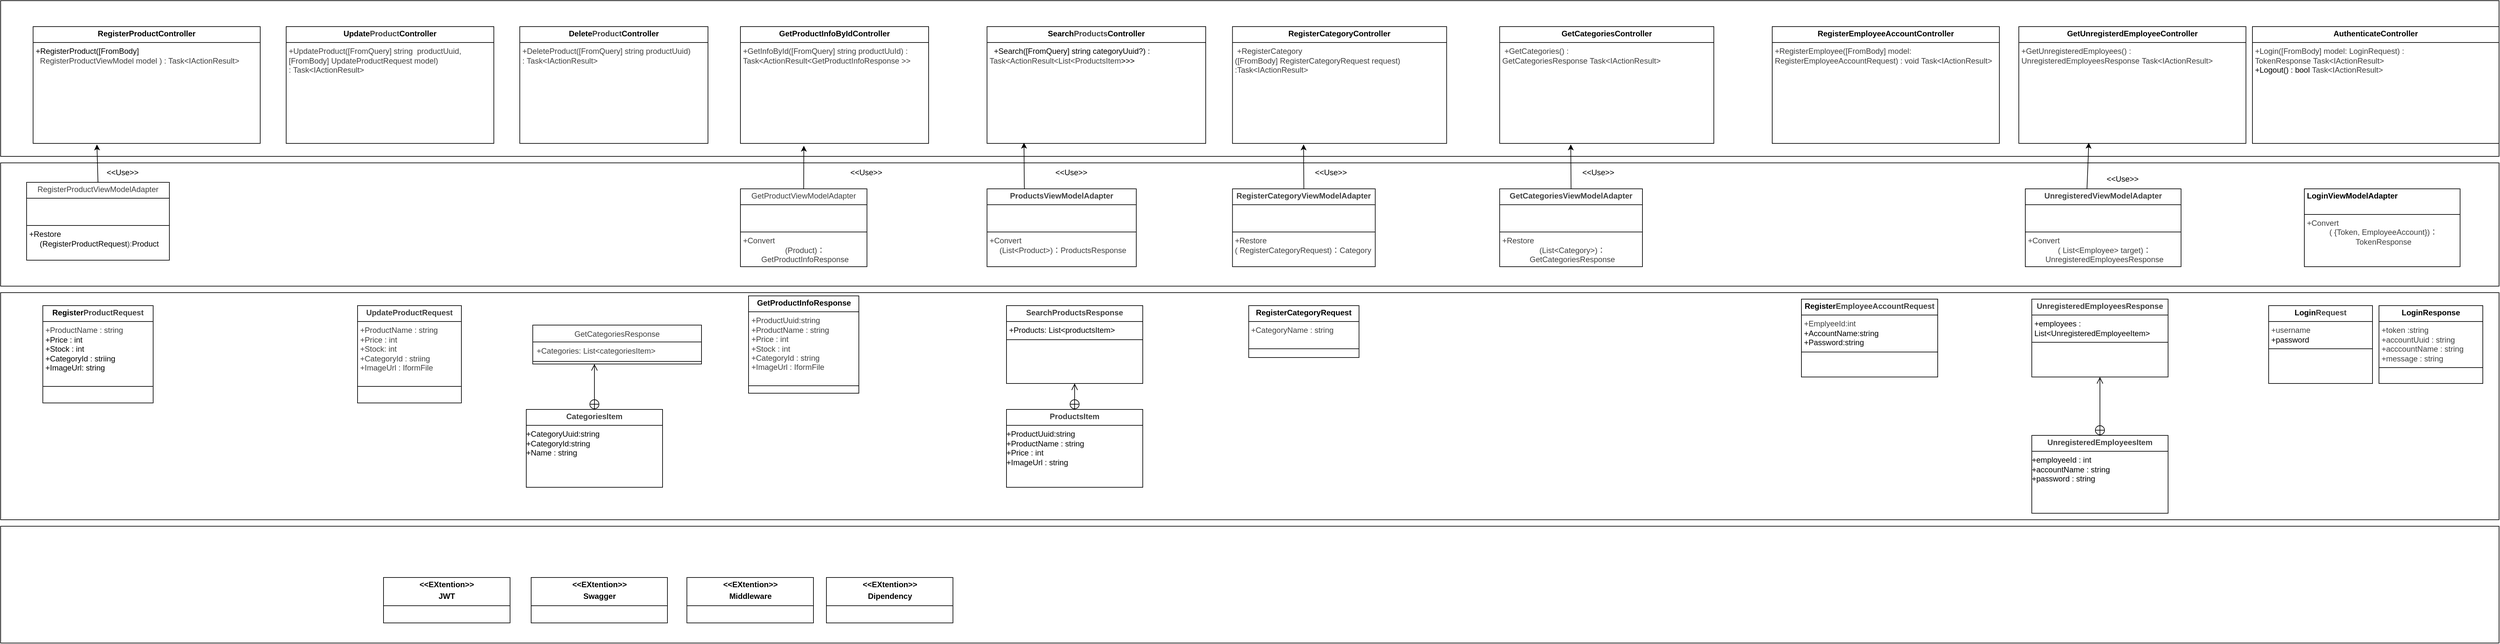
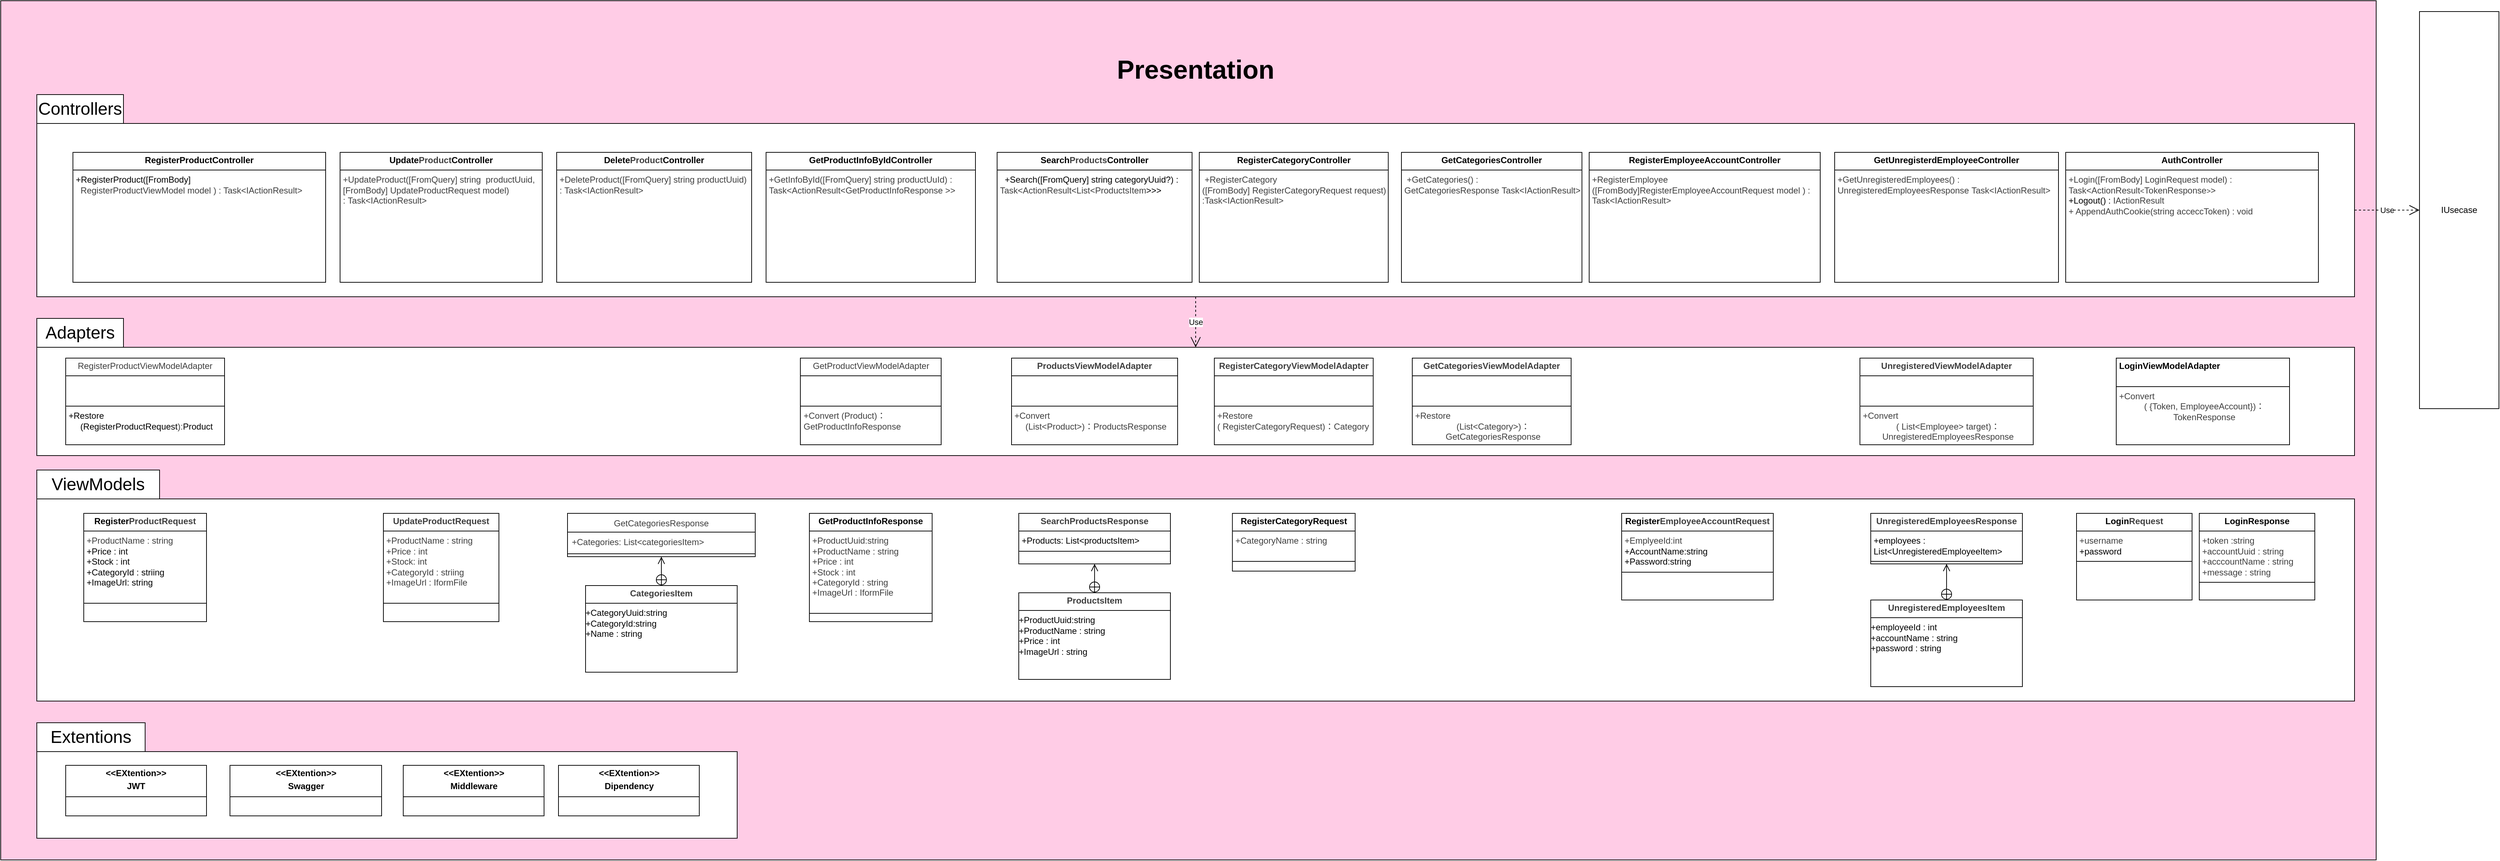
<mxfile host="65bd71144e">
    <diagram id="EApjV0AEF5bl3lN2ML2e" name="ページ1">
-         <mxGraphModel dx="2502" dy="308" grid="1" gridSize="10" guides="1" tooltips="1" connect="1" arrows="1" fold="1" page="1" pageScale="1" pageWidth="827" pageHeight="1169" math="0" shadow="0">
+         <mxGraphModel dx="5684" dy="1465" grid="1" gridSize="10" guides="1" tooltips="1" connect="1" arrows="1" fold="1" page="1" pageScale="1" pageWidth="827" pageHeight="1169" math="0" shadow="0">
            <root>
                <mxCell id="0"/>
                <mxCell id="1" parent="0"/>
+                 <mxCell id="123" value="" style="rounded=0;whiteSpace=wrap;html=1;fillColor=#FFCCE6;" vertex="1" parent="1">
+                     <mxGeometry x="-1080" y="620" width="3290" height="1190" as="geometry"/>
+                 </mxCell>
+                 <mxCell id="124" value="&lt;span style=&quot;font-size: 24px;&quot;&gt;ViewModels&lt;/span&gt;" style="rounded=0;whiteSpace=wrap;html=1;" vertex="1" parent="1">
+                     <mxGeometry x="-1030" y="1270" width="170" height="40" as="geometry"/>
+                 </mxCell>
+                 <mxCell id="125" value="&lt;font style=&quot;font-size: 24px;&quot;&gt;Adapters&lt;/font&gt;" style="rounded=0;whiteSpace=wrap;html=1;" vertex="1" parent="1">
+                     <mxGeometry x="-1030" y="1060" width="120" height="40" as="geometry"/>
+                 </mxCell>
+                 <mxCell id="126" value="&lt;font style=&quot;font-size: 24px;&quot;&gt;Controllers&lt;/font&gt;" style="rounded=0;whiteSpace=wrap;html=1;" vertex="1" parent="1">
+                     <mxGeometry x="-1030" y="750" width="120" height="40" as="geometry"/>
+                 </mxCell>
+                 <mxCell id="127" value="&lt;font style=&quot;font-size: 24px;&quot;&gt;Extentions&lt;/font&gt;" style="rounded=0;whiteSpace=wrap;html=1;" vertex="1" parent="1">
+                     <mxGeometry x="-1030" y="1620" width="150" height="40" as="geometry"/>
+                 </mxCell>
+                 <mxCell id="128" value="&lt;font style=&quot;font-size: 36px;&quot;&gt;Presentation&lt;/font&gt;" style="text;html=1;align=center;verticalAlign=middle;whiteSpace=wrap;rounded=0;fontStyle=1" vertex="1" parent="1">
+                     <mxGeometry x="410" y="650" width="330" height="130" as="geometry"/>
+                 </mxCell>
                <mxCell id="115" value="" style="rounded=0;whiteSpace=wrap;html=1;" parent="1" vertex="1">
-                     <mxGeometry x="-1030" y="1640" width="3850" height="180" as="geometry"/>
+                     <mxGeometry x="-1030" y="1660" width="970" height="120" as="geometry"/>
                </mxCell>
                <mxCell id="110" value="" style="rounded=0;whiteSpace=wrap;html=1;" parent="1" vertex="1">
-                     <mxGeometry x="-1030" y="1280" width="3850" height="350" as="geometry"/>
+                     <mxGeometry x="-1030" y="1310" width="3210" height="280" as="geometry"/>
                </mxCell>
                <mxCell id="108" value="" style="rounded=0;whiteSpace=wrap;html=1;" parent="1" vertex="1">
-                     <mxGeometry x="-1030" y="830" width="3850" height="240" as="geometry"/>
+                     <mxGeometry x="-1030" y="790" width="3210" height="240" as="geometry"/>
                </mxCell>
                <mxCell id="66" value="" style="rounded=0;whiteSpace=wrap;html=1;" parent="1" vertex="1">
-                     <mxGeometry x="-1030" y="1080" width="3850" height="190" as="geometry"/>
+                     <mxGeometry x="-1030" y="1100" width="3210" height="150" as="geometry"/>
                </mxCell>
                <mxCell id="2" value="&lt;p style=&quot;margin:0px;margin-top:4px;text-align:center;&quot;&gt;&lt;b&gt;RegisterProductController&lt;/b&gt;&lt;/p&gt;&lt;hr size=&quot;1&quot; style=&quot;border-style:solid;&quot;&gt;&lt;p style=&quot;margin:0px;margin-left:4px;&quot;&gt;+RegisterProduct([FromBody]&amp;nbsp;&lt;br&gt;&lt;span style=&quot;color: rgb(63, 63, 63); background-color: transparent;&quot;&gt;&amp;nbsp; RegisterProductViewModel&amp;nbsp;&lt;/span&gt;&lt;span style=&quot;color: rgb(63, 63, 63); background-color: transparent;&quot;&gt;model&amp;nbsp;&lt;/span&gt;&lt;span style=&quot;color: rgb(63, 63, 63); background-color: transparent;&quot;&gt;) : Task&amp;lt;IActionResult&amp;gt;&lt;/span&gt;&lt;/p&gt;&lt;div&gt;&lt;br&gt;&lt;/div&gt;" style="verticalAlign=top;align=left;overflow=fill;html=1;whiteSpace=wrap;" parent="1" vertex="1">
-                     <mxGeometry x="-980" y="870" width="350" height="180" as="geometry"/>
+                     <mxGeometry x="-980" y="830" width="350" height="180" as="geometry"/>
                </mxCell>
                <mxCell id="3" value="&lt;p style=&quot;margin:0px;margin-top:4px;text-align:center;&quot;&gt;&lt;b&gt;Register&lt;span style=&quot;color: rgb(63, 63, 63);&quot;&gt;ProductRequest&lt;/span&gt;&lt;/b&gt;&lt;/p&gt;&lt;hr size=&quot;1&quot; style=&quot;border-style:solid;&quot;&gt;&lt;p style=&quot;margin:0px;margin-left:4px;&quot;&gt;&lt;span style=&quot;color: rgb(63, 63, 63); background-color: transparent;&quot;&gt;+ProductName : string&lt;/span&gt;&lt;/p&gt;&lt;p style=&quot;margin:0px;margin-left:4px;&quot;&gt;+Price : int&lt;/p&gt;&lt;p style=&quot;margin:0px;margin-left:4px;&quot;&gt;+Stock : int&lt;/p&gt;&lt;p style=&quot;margin:0px;margin-left:4px;&quot;&gt;+CategoryId : striing&lt;/p&gt;&lt;p style=&quot;margin:0px;margin-left:4px;&quot;&gt;+ImageUrl: string&lt;/p&gt;&lt;p style=&quot;margin:0px;margin-left:4px;&quot;&gt;&lt;br&gt;&lt;/p&gt;&lt;hr size=&quot;1&quot; style=&quot;border-style:solid;&quot;&gt;&lt;p style=&quot;margin:0px;margin-left:4px;&quot;&gt;&lt;br&gt;&lt;/p&gt;" style="verticalAlign=top;align=left;overflow=fill;html=1;whiteSpace=wrap;" parent="1" vertex="1">
-                     <mxGeometry x="-965" y="1300" width="170" height="150" as="geometry"/>
+                     <mxGeometry x="-965" y="1330" width="170" height="150" as="geometry"/>
                </mxCell>
                <mxCell id="4" value="&lt;p style=&quot;margin:0px;margin-top:4px;text-align:center;&quot;&gt;&lt;span style=&quot;color: rgb(63, 63, 63); background-color: transparent;&quot;&gt;Register&lt;span style=&quot;color: rgb(63, 63, 63); scrollbar-color: rgb(226, 226, 226) rgb(251, 251, 251);&quot;&gt;Product&lt;/span&gt;ViewModelAdapter&lt;/span&gt;&lt;/p&gt;&lt;hr size=&quot;1&quot; style=&quot;border-style:solid;&quot;&gt;&lt;p style=&quot;margin:0px;margin-left:4px;&quot;&gt;&lt;br&gt;&lt;/p&gt;&lt;p style=&quot;margin:0px;margin-left:4px;&quot;&gt;&lt;br&gt;&lt;/p&gt;&lt;hr size=&quot;1&quot; style=&quot;border-style:solid;&quot;&gt;&lt;p style=&quot;margin:0px;margin-left:4px;&quot;&gt;+Restore&lt;/p&gt;&lt;p style=&quot;text-align: center; margin: 0px 0px 0px 4px;&quot;&gt;&lt;span style=&quot;background-color: transparent;&quot;&gt;(RegisterProductRequest&lt;/span&gt;&lt;span style=&quot;background-color: transparent; color: rgb(63, 63, 63);&quot;&gt;):&lt;/span&gt;&lt;span style=&quot;background-color: transparent;&quot;&gt;Product&lt;/span&gt;&lt;/p&gt;" style="verticalAlign=top;align=left;overflow=fill;html=1;whiteSpace=wrap;" parent="1" vertex="1">
-                     <mxGeometry x="-990" y="1110" width="220" height="120" as="geometry"/>
+                     <mxGeometry x="-990" y="1115" width="220" height="120" as="geometry"/>
                </mxCell>
                <mxCell id="5" value="&lt;p style=&quot;margin:0px;margin-top:4px;text-align:center;&quot;&gt;&lt;b&gt;Update&lt;/b&gt;&lt;b style=&quot;color: rgb(63, 63, 63); scrollbar-color: rgb(226, 226, 226) rgb(251, 251, 251);&quot;&gt;Product&lt;/b&gt;&lt;b&gt;Controller&lt;/b&gt;&lt;/p&gt;&lt;hr size=&quot;1&quot; style=&quot;border-style:solid;&quot;&gt;&lt;p style=&quot;margin:0px;margin-left:4px;&quot;&gt;&lt;/p&gt;&lt;p style=&quot;margin:0px;margin-left:4px;&quot;&gt;&lt;span style=&quot;color: rgb(63, 63, 63); background-color: transparent;&quot;&gt;+UpdateProduct([FromQuery] string&amp;nbsp; productUuid,&amp;nbsp; [FromBody] UpdateProductRequest model) :&amp;nbsp;&lt;/span&gt;&lt;span style=&quot;color: rgb(63, 63, 63); background-color: transparent;&quot;&gt;Task&amp;lt;IActionResult&amp;gt;&lt;/span&gt;&lt;/p&gt;" style="verticalAlign=top;align=left;overflow=fill;html=1;whiteSpace=wrap;" parent="1" vertex="1">
-                     <mxGeometry x="-590" y="870" width="320" height="180" as="geometry"/>
+                     <mxGeometry x="-610" y="830" width="280" height="180" as="geometry"/>
                </mxCell>
                <mxCell id="6" value="&lt;p style=&quot;margin:0px;margin-top:4px;text-align:center;&quot;&gt;&lt;b&gt;Delete&lt;/b&gt;&lt;b style=&quot;color: rgb(63, 63, 63); scrollbar-color: rgb(226, 226, 226) rgb(251, 251, 251);&quot;&gt;Product&lt;/b&gt;&lt;b&gt;Controller&lt;/b&gt;&lt;/p&gt;&lt;hr size=&quot;1&quot; style=&quot;border-style:solid;&quot;&gt;&lt;p style=&quot;color: rgb(63, 63, 63); scrollbar-color: rgb(226, 226, 226) rgb(251, 251, 251); margin: 0px 0px 0px 4px;&quot;&gt;&lt;span style=&quot;background-color: transparent;&quot;&gt;+DeleteProduct([FromQuery]&amp;nbsp;&lt;/span&gt;&lt;span style=&quot;color: rgb(63, 63, 63); background-color: transparent;&quot;&gt;string&amp;nbsp;&lt;/span&gt;&lt;span style=&quot;background-color: transparent; color: rgb(63, 63, 63);&quot;&gt;productUuid) :&amp;nbsp;&lt;/span&gt;&lt;span style=&quot;color: rgb(63, 63, 63); background-color: transparent;&quot;&gt;Task&amp;lt;IActionResult&amp;gt;&lt;/span&gt;&lt;/p&gt;" style="verticalAlign=top;align=left;overflow=fill;html=1;whiteSpace=wrap;" parent="1" vertex="1">
-                     <mxGeometry x="-230" y="870" width="290" height="180" as="geometry"/>
+                     <mxGeometry x="-310" y="830" width="270" height="180" as="geometry"/>
                </mxCell>
                <mxCell id="7" value="&lt;p style=&quot;margin:0px;margin-top:4px;text-align:center;&quot;&gt;&lt;b&gt;Search&lt;/b&gt;&lt;b style=&quot;color: rgb(63, 63, 63); scrollbar-color: rgb(226, 226, 226) rgb(251, 251, 251);&quot;&gt;Products&lt;/b&gt;&lt;b&gt;Controller&lt;/b&gt;&lt;/p&gt;&lt;hr size=&quot;1&quot; style=&quot;border-style:solid;&quot;&gt;&lt;p style=&quot;margin:0px;margin-left:4px;&quot;&gt;&amp;nbsp; +Search([FromQuery] string categoryUuid?) : &lt;span style=&quot;color: rgb(63, 63, 63); background-color: transparent;&quot;&gt;Task&amp;lt;ActionResult&amp;lt;List&amp;lt;&lt;/span&gt;&lt;span style=&quot;color: rgb(63, 63, 63); background-color: transparent;&quot;&gt;ProductsItem&lt;/span&gt;&lt;span style=&quot;background-color: transparent;&quot;&gt;&amp;gt;&amp;gt;&amp;gt;&lt;/span&gt;&lt;/p&gt;" style="verticalAlign=top;align=left;overflow=fill;html=1;whiteSpace=wrap;" parent="1" vertex="1">
-                     <mxGeometry x="490" y="870" width="337" height="180" as="geometry"/>
+                     <mxGeometry x="300" y="830" width="270" height="180" as="geometry"/>
                </mxCell>
-                 <mxCell id="8" value="&lt;p style=&quot;margin:0px;margin-top:4px;text-align:center;&quot;&gt;&lt;b&gt;RegisterEmployeeAccountController&lt;/b&gt;&lt;/p&gt;&lt;hr size=&quot;1&quot; style=&quot;border-style:solid;&quot;&gt;&lt;p style=&quot;margin:0px;margin-left:4px;&quot;&gt;&lt;span style=&quot;color: rgb(63, 63, 63); background-color: transparent;&quot;&gt;+RegisterEmployee([FromBody] model: RegisterEmployeeAccountRequest) : void&amp;nbsp;&lt;/span&gt;&lt;span style=&quot;color: rgb(63, 63, 63); background-color: transparent;&quot;&gt;Task&amp;lt;IActionResult&amp;gt;&lt;/span&gt;&lt;/p&gt;" style="verticalAlign=top;align=left;overflow=fill;html=1;whiteSpace=wrap;" parent="1" vertex="1">
-                     <mxGeometry x="1700" y="870" width="350" height="180" as="geometry"/>
+                 <mxCell id="8" value="&lt;p style=&quot;margin:0px;margin-top:4px;text-align:center;&quot;&gt;&lt;b&gt;RegisterEmployeeAccountController&lt;/b&gt;&lt;/p&gt;&lt;hr size=&quot;1&quot; style=&quot;border-style:solid;&quot;&gt;&lt;p style=&quot;margin:0px;margin-left:4px;&quot;&gt;&lt;span style=&quot;color: rgb(63, 63, 63); background-color: transparent;&quot;&gt;+RegisterEmployee&lt;br&gt;([FromBody]&lt;/span&gt;&lt;span style=&quot;color: rgb(63, 63, 63); background-color: transparent;&quot;&gt;RegisterEmployeeAccountRequest&amp;nbsp;&lt;/span&gt;&lt;span style=&quot;background-color: transparent; color: rgb(63, 63, 63);&quot;&gt;model ) : &lt;/span&gt;&lt;span style=&quot;background-color: transparent; color: rgb(63, 63, 63);&quot;&gt;Task&amp;lt;IActionResult&amp;gt;&lt;/span&gt;&lt;/p&gt;" style="verticalAlign=top;align=left;overflow=fill;html=1;whiteSpace=wrap;" parent="1" vertex="1">
+                     <mxGeometry x="1120" y="830" width="320" height="180" as="geometry"/>
                </mxCell>
-                 <mxCell id="9" value="&lt;p style=&quot;margin:0px;margin-top:4px;text-align:center;&quot;&gt;&lt;b&gt;AuthenticateController&lt;/b&gt;&lt;/p&gt;&lt;hr size=&quot;1&quot; style=&quot;border-style:solid;&quot;&gt;&lt;p style=&quot;margin:0px;margin-left:4px;&quot;&gt;&lt;span style=&quot;color: rgb(63, 63, 63); background-color: transparent;&quot;&gt;+Login([FromBody] model: LoginRequest) : TokenResponse&amp;nbsp;&lt;/span&gt;&lt;span style=&quot;color: rgb(63, 63, 63); background-color: transparent;&quot;&gt;Task&amp;lt;IActionResult&amp;gt;&lt;/span&gt;&lt;/p&gt;&lt;p style=&quot;margin:0px;margin-left:4px;&quot;&gt;+Logout() : bool&amp;nbsp;&lt;span style=&quot;color: rgb(63, 63, 63); background-color: transparent;&quot;&gt;Task&amp;lt;IActionResult&amp;gt;&lt;/span&gt;&lt;/p&gt;" style="verticalAlign=top;align=left;overflow=fill;html=1;whiteSpace=wrap;" parent="1" vertex="1">
-                     <mxGeometry x="2440" y="870" width="380" height="180" as="geometry"/>
+                 <mxCell id="9" value="&lt;p style=&quot;margin:0px;margin-top:4px;text-align:center;&quot;&gt;&lt;b&gt;AuthController&lt;/b&gt;&lt;/p&gt;&lt;hr size=&quot;1&quot; style=&quot;border-style:solid;&quot;&gt;&lt;p style=&quot;margin:0px;margin-left:4px;&quot;&gt;&lt;span style=&quot;color: rgb(63, 63, 63); background-color: transparent;&quot;&gt;+Login([FromBody]&amp;nbsp;&lt;/span&gt;&lt;span style=&quot;color: rgb(63, 63, 63); background-color: transparent;&quot;&gt;LoginRequest&lt;/span&gt;&lt;span style=&quot;background-color: transparent; color: rgb(63, 63, 63);&quot;&gt;&amp;nbsp;model) : &lt;/span&gt;&lt;span style=&quot;background-color: transparent; color: rgb(63, 63, 63);&quot;&gt;Task&amp;lt;ActionResult&lt;span style=&quot;font-size: 10px;&quot;&gt;&amp;lt;&lt;/span&gt;&lt;/span&gt;&lt;span style=&quot;color: rgb(63, 63, 63); background-color: transparent;&quot;&gt;TokenResponse&lt;/span&gt;&lt;span style=&quot;background-color: transparent; color: rgb(63, 63, 63); font-size: 10px;&quot;&gt;&amp;gt;&lt;/span&gt;&lt;span style=&quot;background-color: transparent; color: rgb(63, 63, 63);&quot;&gt;&amp;gt;&lt;/span&gt;&lt;/p&gt;&lt;p style=&quot;margin:0px;margin-left:4px;&quot;&gt;+Logout() : &lt;span style=&quot;color: rgb(63, 63, 63); background-color: transparent;&quot;&gt;IActionResult&lt;/span&gt;&lt;/p&gt;&lt;p style=&quot;margin:0px;margin-left:4px;&quot;&gt;&lt;span style=&quot;color: rgb(63, 63, 63); background-color: transparent;&quot;&gt;+ AppendAuthCookie(string acceccToken) : void&lt;/span&gt;&lt;/p&gt;" style="verticalAlign=top;align=left;overflow=fill;html=1;whiteSpace=wrap;" parent="1" vertex="1">
+                     <mxGeometry x="1780" y="830" width="350" height="180" as="geometry"/>
                </mxCell>
                <mxCell id="10" value="&lt;p style=&quot;margin:0px;margin-top:4px;text-align:center;&quot;&gt;&lt;b&gt;&lt;span style=&quot;background-color: transparent; color: rgb(63, 63, 63); scrollbar-color: rgb(226, 226, 226) rgb(251, 251, 251);&quot;&gt;Update&lt;/span&gt;&lt;span style=&quot;color: rgb(63, 63, 63);&quot;&gt;ProductRequest&lt;/span&gt;&lt;/b&gt;&lt;/p&gt;&lt;hr size=&quot;1&quot; style=&quot;border-style:solid;&quot;&gt;&lt;p style=&quot;color: rgb(63, 63, 63); scrollbar-color: rgb(226, 226, 226) rgb(251, 251, 251); margin: 0px 0px 0px 4px;&quot;&gt;&lt;span style=&quot;scrollbar-color: rgb(226, 226, 226) rgb(251, 251, 251); background-color: transparent; color: rgb(63, 63, 63);&quot;&gt;+ProductName : string&lt;/span&gt;&lt;/p&gt;&lt;p style=&quot;color: rgb(63, 63, 63); scrollbar-color: rgb(226, 226, 226) rgb(251, 251, 251); margin: 0px 0px 0px 4px;&quot;&gt;+Price : int&lt;/p&gt;&lt;p style=&quot;color: rgb(63, 63, 63); scrollbar-color: rgb(226, 226, 226) rgb(251, 251, 251); margin: 0px 0px 0px 4px;&quot;&gt;+Stock: int&lt;/p&gt;&lt;p style=&quot;color: rgb(63, 63, 63); scrollbar-color: rgb(226, 226, 226) rgb(251, 251, 251); margin: 0px 0px 0px 4px;&quot;&gt;+CategoryId : striing&lt;/p&gt;&lt;p style=&quot;color: rgb(63, 63, 63); scrollbar-color: rgb(226, 226, 226) rgb(251, 251, 251); margin: 0px 0px 0px 4px;&quot;&gt;+ImageUrl : IformFile&lt;/p&gt;&lt;p style=&quot;color: rgb(63, 63, 63); scrollbar-color: rgb(226, 226, 226) rgb(251, 251, 251); margin: 0px 0px 0px 4px;&quot;&gt;&lt;br style=&quot;color: rgb(63, 63, 63); scrollbar-color: rgb(226, 226, 226) rgb(251, 251, 251);&quot;&gt;&lt;/p&gt;&lt;hr size=&quot;1&quot; style=&quot;border-style:solid;&quot;&gt;&lt;p style=&quot;margin:0px;margin-left:4px;&quot;&gt;&lt;br&gt;&lt;/p&gt;" style="verticalAlign=top;align=left;overflow=fill;html=1;whiteSpace=wrap;" parent="1" vertex="1">
-                     <mxGeometry x="-480" y="1300" width="160" height="150" as="geometry"/>
+                     <mxGeometry x="-550" y="1330" width="160" height="150" as="geometry"/>
                </mxCell>
                <mxCell id="12" value="&lt;p style=&quot;margin:0px;margin-top:4px;text-align:center;&quot;&gt;&lt;b&gt;Register&lt;/b&gt;&lt;b style=&quot;scrollbar-color: rgb(226, 226, 226) rgb(251, 251, 251); background-color: transparent; color: rgb(63, 63, 63);&quot;&gt;EmployeeAccountRequest&lt;/b&gt;&lt;/p&gt;&lt;hr size=&quot;1&quot; style=&quot;border-style:solid;&quot;&gt;&lt;p style=&quot;margin:0px;margin-left:4px;&quot;&gt;&lt;span style=&quot;color: rgb(63, 63, 63); background-color: transparent;&quot;&gt;+EmplyeeId:int&lt;/span&gt;&lt;/p&gt;&lt;p style=&quot;margin:0px;margin-left:4px;&quot;&gt;+AccountName:string&lt;/p&gt;&lt;p style=&quot;margin:0px;margin-left:4px;&quot;&gt;+Password:string&lt;/p&gt;&lt;hr size=&quot;1&quot; style=&quot;border-style:solid;&quot;&gt;&lt;p style=&quot;margin:0px;margin-left:4px;&quot;&gt;&lt;br&gt;&lt;/p&gt;" style="verticalAlign=top;align=left;overflow=fill;html=1;whiteSpace=wrap;" parent="1" vertex="1">
-                     <mxGeometry x="1745" y="1290" width="210" height="120" as="geometry"/>
+                     <mxGeometry x="1165" y="1330" width="210" height="120" as="geometry"/>
                </mxCell>
                <mxCell id="16" value="&lt;p style=&quot;margin:0px;margin-top:4px;text-align:center;&quot;&gt;&lt;b&gt;Login&lt;span style=&quot;color: rgb(63, 63, 63);&quot;&gt;Request&lt;/span&gt;&lt;/b&gt;&lt;/p&gt;&lt;hr size=&quot;1&quot; style=&quot;border-style:solid;&quot;&gt;&lt;p style=&quot;margin:0px;margin-left:4px;&quot;&gt;&lt;span style=&quot;color: rgb(63, 63, 63); background-color: transparent;&quot;&gt;+username&lt;/span&gt;&lt;/p&gt;&lt;p style=&quot;margin:0px;margin-left:4px;&quot;&gt;+password&lt;/p&gt;&lt;hr size=&quot;1&quot; style=&quot;border-style:solid;&quot;&gt;&lt;p style=&quot;margin:0px;margin-left:4px;&quot;&gt;&lt;br&gt;&lt;/p&gt;" style="verticalAlign=top;align=left;overflow=fill;html=1;whiteSpace=wrap;" parent="1" vertex="1">
-                     <mxGeometry x="2465" y="1300" width="160" height="120" as="geometry"/>
+                     <mxGeometry x="1795" y="1330" width="160" height="120" as="geometry"/>
                </mxCell>
                <mxCell id="17" value="&lt;p style=&quot;margin:0px;margin-top:4px;text-align:center;&quot;&gt;&lt;b&gt;LoginResponse&lt;/b&gt;&lt;/p&gt;&lt;hr size=&quot;1&quot; style=&quot;border-style:solid;&quot;&gt;&lt;p style=&quot;margin:0px;margin-left:4px;&quot;&gt;&lt;span style=&quot;color: rgb(63, 63, 63); background-color: transparent;&quot;&gt;+token :string&lt;/span&gt;&lt;/p&gt;&lt;p style=&quot;margin:0px;margin-left:4px;&quot;&gt;&lt;span style=&quot;color: rgb(63, 63, 63); background-color: transparent;&quot;&gt;+accountUuid : string&lt;/span&gt;&lt;/p&gt;&lt;p style=&quot;margin:0px;margin-left:4px;&quot;&gt;&lt;span style=&quot;color: rgb(63, 63, 63); background-color: transparent;&quot;&gt;+acccountName : string&lt;/span&gt;&lt;/p&gt;&lt;p style=&quot;margin:0px;margin-left:4px;&quot;&gt;&lt;span style=&quot;color: rgb(63, 63, 63); background-color: transparent;&quot;&gt;+message : string&lt;/span&gt;&lt;/p&gt;&lt;hr size=&quot;1&quot; style=&quot;border-style:solid;&quot;&gt;&lt;p style=&quot;margin:0px;margin-left:4px;&quot;&gt;&lt;br&gt;&lt;/p&gt;" style="verticalAlign=top;align=left;overflow=fill;html=1;whiteSpace=wrap;" parent="1" vertex="1">
-                     <mxGeometry x="2635" y="1300" width="160" height="120" as="geometry"/>
+                     <mxGeometry x="1965" y="1330" width="160" height="120" as="geometry"/>
                </mxCell>
                <mxCell id="18" value="&lt;p style=&quot;margin:0px;margin-top:4px;text-align:center;&quot;&gt;&lt;b&gt;&amp;lt;&amp;lt;EXtention&amp;gt;&amp;gt;&lt;/b&gt;&lt;/p&gt;&lt;p style=&quot;margin:0px;margin-top:4px;text-align:center;&quot;&gt;&lt;b&gt;JWT&lt;/b&gt;&lt;/p&gt;&lt;hr size=&quot;1&quot; style=&quot;border-style:solid;&quot;&gt;&lt;p style=&quot;margin:0px;margin-left:4px;&quot;&gt;&lt;br&gt;&lt;/p&gt;&lt;p style=&quot;margin:0px;margin-left:4px;&quot;&gt;&lt;br&gt;&lt;/p&gt;&lt;hr size=&quot;1&quot; style=&quot;border-style:solid;&quot;&gt;&lt;p style=&quot;margin:0px;margin-left:4px;&quot;&gt;&lt;br&gt;&lt;/p&gt;&lt;p style=&quot;margin:0px;margin-left:4px;&quot;&gt;&lt;br&gt;&lt;/p&gt;" style="verticalAlign=top;align=left;overflow=fill;html=1;whiteSpace=wrap;" parent="1" vertex="1">
-                     <mxGeometry x="-440" y="1719" width="195" height="70" as="geometry"/>
+                     <mxGeometry x="-990" y="1679" width="195" height="70" as="geometry"/>
                </mxCell>
                <mxCell id="19" value="&lt;p style=&quot;margin:0px;margin-top:4px;text-align:center;&quot;&gt;&lt;b&gt;&amp;lt;&amp;lt;EXtention&amp;gt;&amp;gt;&lt;/b&gt;&lt;/p&gt;&lt;p style=&quot;margin:0px;margin-top:4px;text-align:center;&quot;&gt;&lt;b&gt;Swagger&lt;/b&gt;&lt;/p&gt;&lt;hr size=&quot;1&quot; style=&quot;border-style:solid;&quot;&gt;&lt;p style=&quot;margin:0px;margin-left:4px;&quot;&gt;&lt;br&gt;&lt;/p&gt;&lt;p style=&quot;margin:0px;margin-left:4px;&quot;&gt;&lt;br&gt;&lt;/p&gt;&lt;hr size=&quot;1&quot; style=&quot;border-style:solid;&quot;&gt;&lt;p style=&quot;margin:0px;margin-left:4px;&quot;&gt;&lt;br&gt;&lt;/p&gt;" style="verticalAlign=top;align=left;overflow=fill;html=1;whiteSpace=wrap;" parent="1" vertex="1">
-                     <mxGeometry x="-212.5" y="1719" width="210" height="70" as="geometry"/>
+                     <mxGeometry x="-762.5" y="1679" width="210" height="70" as="geometry"/>
                </mxCell>
                <mxCell id="20" value="&lt;p style=&quot;margin:0px;margin-top:4px;text-align:center;&quot;&gt;&lt;b&gt;&amp;lt;&amp;lt;EXtention&amp;gt;&amp;gt;&lt;/b&gt;&lt;/p&gt;&lt;p style=&quot;margin:0px;margin-top:4px;text-align:center;&quot;&gt;&lt;b&gt;Middleware&lt;/b&gt;&lt;/p&gt;&lt;hr size=&quot;1&quot; style=&quot;border-style:solid;&quot;&gt;&lt;p style=&quot;margin:0px;margin-left:4px;&quot;&gt;&lt;br&gt;&lt;/p&gt;&lt;hr size=&quot;1&quot; style=&quot;border-style:solid;&quot;&gt;&lt;p style=&quot;margin:0px;margin-left:4px;&quot;&gt;&lt;br&gt;&lt;/p&gt;" style="verticalAlign=top;align=left;overflow=fill;html=1;whiteSpace=wrap;" parent="1" vertex="1">
-                     <mxGeometry x="27.5" y="1719" width="195" height="70" as="geometry"/>
+                     <mxGeometry x="-522.5" y="1679" width="195" height="70" as="geometry"/>
                </mxCell>
                <mxCell id="21" value="&lt;p style=&quot;margin:0px;margin-top:4px;text-align:center;&quot;&gt;&lt;b&gt;&amp;lt;&amp;lt;EXtention&amp;gt;&amp;gt;&lt;/b&gt;&lt;/p&gt;&lt;p style=&quot;margin:0px;margin-top:4px;text-align:center;&quot;&gt;&lt;b&gt;Dipendency&lt;/b&gt;&lt;/p&gt;&lt;hr size=&quot;1&quot; style=&quot;border-style:solid;&quot;&gt;&lt;p style=&quot;margin:0px;margin-left:4px;&quot;&gt;&lt;br&gt;&lt;/p&gt;&lt;hr size=&quot;1&quot; style=&quot;border-style:solid;&quot;&gt;&lt;p style=&quot;margin:0px;margin-left:4px;&quot;&gt;&lt;br&gt;&lt;/p&gt;&lt;p style=&quot;margin:0px;margin-left:4px;&quot;&gt;&lt;br&gt;&lt;/p&gt;" style="verticalAlign=top;align=left;overflow=fill;html=1;whiteSpace=wrap;" parent="1" vertex="1">
-                     <mxGeometry x="242.5" y="1719" width="195" height="70" as="geometry"/>
+                     <mxGeometry x="-307.5" y="1679" width="195" height="70" as="geometry"/>
                </mxCell>
                <mxCell id="22" value="&lt;p style=&quot;margin:0px;margin-top:4px;text-align:center;&quot;&gt;&lt;b&gt;RegisterCategoryController&lt;/b&gt;&lt;/p&gt;&lt;hr size=&quot;1&quot; style=&quot;border-style:solid;&quot;&gt;&lt;p style=&quot;margin:0px;margin-left:4px;&quot;&gt;&lt;/p&gt;&lt;p style=&quot;margin:0px;margin-left:4px;&quot;&gt;&lt;span style=&quot;color: rgb(63, 63, 63); background-color: transparent;&quot;&gt;&amp;nbsp;+RegisterCategory&lt;br&gt;([FromBody]&amp;nbsp;&lt;/span&gt;&lt;span style=&quot;color: rgb(63, 63, 63); background-color: transparent;&quot;&gt;RegisterCategoryRequest request&lt;/span&gt;&lt;span style=&quot;background-color: transparent; color: rgb(63, 63, 63);&quot;&gt;) :&lt;/span&gt;&lt;span style=&quot;background-color: transparent; color: rgb(63, 63, 63);&quot;&gt;Task&amp;lt;IActionResult&amp;gt;&lt;/span&gt;&lt;/p&gt;" style="verticalAlign=top;align=left;overflow=fill;html=1;whiteSpace=wrap;" parent="1" vertex="1">
-                     <mxGeometry x="868.25" y="870" width="330" height="180" as="geometry"/>
+                     <mxGeometry x="580" y="830" width="261.75" height="180" as="geometry"/>
                </mxCell>
                <mxCell id="23" value="&lt;p style=&quot;margin:0px;margin-top:4px;text-align:center;&quot;&gt;&lt;b&gt;RegisterCategoryRequest&lt;/b&gt;&lt;/p&gt;&lt;hr size=&quot;1&quot; style=&quot;border-style:solid;&quot;&gt;&lt;p style=&quot;color: rgb(63, 63, 63); scrollbar-color: rgb(226, 226, 226) rgb(251, 251, 251); margin: 0px 0px 0px 4px;&quot;&gt;+CategoryName : string&lt;/p&gt;&lt;p style=&quot;margin:0px;margin-left:4px;&quot;&gt;&lt;br&gt;&lt;/p&gt;&lt;hr size=&quot;1&quot; style=&quot;border-style:solid;&quot;&gt;&lt;p style=&quot;margin:0px;margin-left:4px;&quot;&gt;&lt;br&gt;&lt;/p&gt;" style="verticalAlign=top;align=left;overflow=fill;html=1;whiteSpace=wrap;" parent="1" vertex="1">
-                     <mxGeometry x="893.25" y="1300" width="170" height="80" as="geometry"/>
-                 </mxCell>
-                 <mxCell id="26" style="edgeStyle=none;html=1;exitX=0.5;exitY=0;exitDx=0;exitDy=0;entryX=0.281;entryY=1.009;entryDx=0;entryDy=0;entryPerimeter=0;" parent="1" source="4" target="2" edge="1">
-                     <mxGeometry relative="1" as="geometry"/>
+                     <mxGeometry x="625.875" y="1330" width="170" height="80" as="geometry"/>
                </mxCell>
                <mxCell id="31" value="&lt;p style=&quot;margin:0px;margin-top:4px;text-align:center;&quot;&gt;&lt;b style=&quot;color: rgb(63, 63, 63); background-color: transparent;&quot;&gt;RegisterCategoryViewModelAdapter&lt;/b&gt;&lt;/p&gt;&lt;hr size=&quot;1&quot; style=&quot;border-style:solid;&quot;&gt;&lt;p style=&quot;margin:0px;margin-left:4px;&quot;&gt;&lt;br&gt;&lt;/p&gt;&lt;p style=&quot;margin:0px;margin-left:4px;&quot;&gt;&lt;br&gt;&lt;/p&gt;&lt;hr size=&quot;1&quot; style=&quot;border-style:solid;&quot;&gt;&lt;p style=&quot;margin:0px;margin-left:4px;&quot;&gt;&lt;span style=&quot;color: rgb(63, 63, 63); scrollbar-color: rgb(226, 226, 226) rgb(251, 251, 251); background-color: transparent;&quot;&gt;+Restore&lt;/span&gt;&lt;/p&gt;&lt;p style=&quot;margin:0px;margin-left:4px;&quot;&gt;&lt;span style=&quot;color: rgb(63, 63, 63); scrollbar-color: rgb(226, 226, 226) rgb(251, 251, 251); background-color: transparent;&quot;&gt;(&lt;/span&gt;&lt;span style=&quot;scrollbar-color: rgb(226, 226, 226) rgb(251, 251, 251); background-color: transparent; text-align: center; color: rgb(63, 63, 63);&quot;&gt;&amp;nbsp;RegisterCategoryRequest&lt;/span&gt;&lt;span style=&quot;background-color: transparent; scrollbar-color: rgb(226, 226, 226) rgb(251, 251, 251); color: rgb(63, 63, 63);&quot;&gt;)&lt;/span&gt;&lt;span style=&quot;background-color: transparent; color: rgb(63, 63, 63);&quot;&gt;：Category&lt;/span&gt;&lt;/p&gt;" style="verticalAlign=top;align=left;overflow=fill;html=1;whiteSpace=wrap;" parent="1" vertex="1">
-                     <mxGeometry x="868.25" y="1120" width="220" height="120" as="geometry"/>
-                 </mxCell>
-                 <mxCell id="33" style="edgeStyle=none;html=1;exitX=0.5;exitY=0;exitDx=0;exitDy=0;entryX=0.332;entryY=1.009;entryDx=0;entryDy=0;entryPerimeter=0;" parent="1" source="31" target="22" edge="1">
-                     <mxGeometry relative="1" as="geometry"/>
-                 </mxCell>
-                 <mxCell id="39" value="&amp;lt;&amp;lt;Use&amp;gt;&amp;gt;" style="text;html=1;align=center;verticalAlign=middle;whiteSpace=wrap;rounded=0;" parent="1" vertex="1">
-                     <mxGeometry x="990" y="1080" width="60" height="30" as="geometry"/>
-                 </mxCell>
-                 <mxCell id="42" value="&amp;lt;&amp;lt;Use&amp;gt;&amp;gt;" style="text;html=1;align=center;verticalAlign=middle;whiteSpace=wrap;rounded=0;" parent="1" vertex="1">
-                     <mxGeometry x="-871.75" y="1080" width="60" height="30" as="geometry"/>
+                     <mxGeometry x="600.875" y="1115" width="220" height="120" as="geometry"/>
                </mxCell>
                <mxCell id="80" value="&lt;p style=&quot;margin:0px;margin-top:4px;text-align:center;&quot;&gt;&lt;span style=&quot;color: rgb(63, 63, 63); background-color: transparent;&quot;&gt;&lt;b&gt;&lt;span style=&quot;color: rgb(63, 63, 63);&quot;&gt;Products&lt;/span&gt;ViewModelAdapter&lt;/b&gt;&lt;/span&gt;&lt;/p&gt;&lt;hr size=&quot;1&quot; style=&quot;border-style:solid;&quot;&gt;&lt;p style=&quot;margin:0px;margin-left:4px;&quot;&gt;&lt;br&gt;&lt;/p&gt;&lt;p style=&quot;margin:0px;margin-left:4px;&quot;&gt;&lt;br&gt;&lt;/p&gt;&lt;hr size=&quot;1&quot; style=&quot;border-style:solid;&quot;&gt;&lt;p style=&quot;margin:0px;margin-left:4px;&quot;&gt;&lt;span style=&quot;color: rgb(63, 63, 63); scrollbar-color: rgb(226, 226, 226) rgb(251, 251, 251); background-color: transparent;&quot;&gt;+Convert&lt;/span&gt;&lt;/p&gt;&lt;p style=&quot;text-align: center; margin: 0px 0px 0px 4px;&quot;&gt;&lt;span style=&quot;color: rgb(63, 63, 63); scrollbar-color: rgb(226, 226, 226) rgb(251, 251, 251); background-color: transparent;&quot;&gt;(List&amp;lt;Product&amp;gt;&lt;/span&gt;&lt;span style=&quot;background-color: transparent; scrollbar-color: rgb(226, 226, 226) rgb(251, 251, 251); color: rgb(63, 63, 63);&quot;&gt;)&lt;/span&gt;&lt;span style=&quot;background-color: transparent; color: rgb(63, 63, 63);&quot;&gt;：&lt;/span&gt;&lt;span style=&quot;background-color: transparent; scrollbar-color: rgb(226, 226, 226) rgb(251, 251, 251); color: rgb(63, 63, 63);&quot;&gt;ProductsResponse&lt;/span&gt;&lt;/p&gt;" style="verticalAlign=top;align=left;overflow=fill;html=1;whiteSpace=wrap;" parent="1" vertex="1">
-                     <mxGeometry x="490" y="1120" width="230" height="120" as="geometry"/>
-                 </mxCell>
-                 <mxCell id="81" value="&amp;lt;&amp;lt;Use&amp;gt;&amp;gt;" style="text;html=1;align=center;verticalAlign=middle;whiteSpace=wrap;rounded=0;" parent="1" vertex="1">
-                     <mxGeometry x="590" y="1080" width="60" height="30" as="geometry"/>
-                 </mxCell>
-                 <mxCell id="82" style="edgeStyle=none;html=1;exitX=0.25;exitY=0;exitDx=0;exitDy=0;entryX=0.169;entryY=0.994;entryDx=0;entryDy=0;entryPerimeter=0;" parent="1" source="80" target="7" edge="1">
-                     <mxGeometry relative="1" as="geometry"/>
+                     <mxGeometry x="320" y="1115" width="230" height="120" as="geometry"/>
                </mxCell>
                <mxCell id="84" value="&lt;p style=&quot;margin:0px;margin-top:4px;text-align:center;&quot;&gt;&lt;b&gt;GetUnregisterdEmployeeController&lt;/b&gt;&lt;/p&gt;&lt;hr size=&quot;1&quot; style=&quot;border-style:solid;&quot;&gt;&lt;p style=&quot;margin:0px;margin-left:4px;&quot;&gt;&lt;span style=&quot;color: rgb(63, 63, 63); background-color: transparent;&quot;&gt;+GetUnregisteredEmployees() : UnregisteredEmployeesResponse&amp;nbsp;&lt;/span&gt;&lt;span style=&quot;color: rgb(63, 63, 63); background-color: transparent;&quot;&gt;Task&amp;lt;IActionResult&amp;gt;&lt;/span&gt;&lt;/p&gt;&lt;div&gt;&lt;br&gt;&lt;/div&gt;" style="verticalAlign=top;align=left;overflow=fill;html=1;whiteSpace=wrap;" parent="1" vertex="1">
-                     <mxGeometry x="2080" y="870" width="350" height="180" as="geometry"/>
+                     <mxGeometry x="1460" y="830" width="310" height="180" as="geometry"/>
                </mxCell>
                <mxCell id="85" value="&lt;p style=&quot;margin:0px;margin-top:4px;text-align:center;&quot;&gt;&lt;b style=&quot;color: rgb(63, 63, 63); background-color: transparent;&quot;&gt;UnregisteredViewModelAdapter&lt;/b&gt;&lt;/p&gt;&lt;hr size=&quot;1&quot; style=&quot;border-style:solid;&quot;&gt;&lt;p style=&quot;margin:0px;margin-left:4px;&quot;&gt;&lt;br&gt;&lt;/p&gt;&lt;p style=&quot;margin:0px;margin-left:4px;&quot;&gt;&lt;br&gt;&lt;/p&gt;&lt;hr size=&quot;1&quot; style=&quot;border-style:solid;&quot;&gt;&lt;p style=&quot;margin:0px;margin-left:4px;&quot;&gt;&lt;span style=&quot;color: rgb(63, 63, 63); scrollbar-color: rgb(226, 226, 226) rgb(251, 251, 251); background-color: transparent;&quot;&gt;+Convert&lt;/span&gt;&lt;/p&gt;&lt;p style=&quot;text-align: center; margin: 0px 0px 0px 4px;&quot;&gt;&lt;span style=&quot;color: rgb(63, 63, 63); scrollbar-color: rgb(226, 226, 226) rgb(251, 251, 251); background-color: transparent;&quot;&gt;(&lt;/span&gt;&lt;span style=&quot;scrollbar-color: rgb(226, 226, 226) rgb(251, 251, 251); background-color: transparent; text-align: center; color: rgb(63, 63, 63);&quot;&gt;&amp;nbsp;List&amp;lt;Employee&amp;gt; target&lt;/span&gt;&lt;span style=&quot;background-color: transparent; scrollbar-color: rgb(226, 226, 226) rgb(251, 251, 251); color: rgb(63, 63, 63);&quot;&gt;)&lt;/span&gt;&lt;span style=&quot;background-color: transparent; color: rgb(63, 63, 63);&quot;&gt;：UnregisteredEmployeesResponse&lt;/span&gt;&lt;/p&gt;" style="verticalAlign=top;align=left;overflow=fill;html=1;whiteSpace=wrap;" parent="1" vertex="1">
-                     <mxGeometry x="2090" y="1120" width="240" height="120" as="geometry"/>
-                 </mxCell>
-                 <mxCell id="86" style="edgeStyle=none;html=1;exitX=0.396;exitY=0;exitDx=0;exitDy=0;entryX=0.308;entryY=0.994;entryDx=0;entryDy=0;entryPerimeter=0;exitPerimeter=0;" parent="1" source="85" target="84" edge="1">
-                     <mxGeometry relative="1" as="geometry"/>
-                 </mxCell>
-                 <mxCell id="87" value="&amp;lt;&amp;lt;Use&amp;gt;&amp;gt;" style="text;html=1;align=center;verticalAlign=middle;whiteSpace=wrap;rounded=0;" parent="1" vertex="1">
-                     <mxGeometry x="2210" y="1090" width="60" height="30" as="geometry"/>
+                     <mxGeometry x="1495" y="1115" width="240" height="120" as="geometry"/>
                </mxCell>
                <mxCell id="88" value="&lt;p style=&quot;margin:0px;margin-top:4px;text-align:center;&quot;&gt;&lt;b&gt;GetCategoriesController&lt;/b&gt;&lt;/p&gt;&lt;hr size=&quot;1&quot; style=&quot;border-style:solid;&quot;&gt;&lt;p style=&quot;margin:0px;margin-left:4px;&quot;&gt;&lt;span style=&quot;color: rgb(63, 63, 63); background-color: transparent;&quot;&gt;&amp;nbsp;+GetCategories() : GetCategoriesResponse&amp;nbsp;&lt;/span&gt;&lt;span style=&quot;color: rgb(63, 63, 63); background-color: transparent;&quot;&gt;Task&amp;lt;IActionResult&amp;gt;&lt;/span&gt;&lt;/p&gt;" style="verticalAlign=top;align=left;overflow=fill;html=1;whiteSpace=wrap;" parent="1" vertex="1">
-                     <mxGeometry x="1280" y="870" width="330" height="180" as="geometry"/>
+                     <mxGeometry x="860" y="830" width="250" height="180" as="geometry"/>
                </mxCell>
                <mxCell id="89" value="&lt;p style=&quot;margin:0px;margin-top:4px;text-align:center;&quot;&gt;&lt;b style=&quot;color: rgb(63, 63, 63); background-color: transparent;&quot;&gt;GetCategoriesViewModelAdapter&lt;/b&gt;&lt;/p&gt;&lt;hr size=&quot;1&quot; style=&quot;border-style:solid;&quot;&gt;&lt;p style=&quot;margin:0px;margin-left:4px;&quot;&gt;&lt;br&gt;&lt;/p&gt;&lt;p style=&quot;margin:0px;margin-left:4px;&quot;&gt;&lt;br&gt;&lt;/p&gt;&lt;hr size=&quot;1&quot; style=&quot;border-style:solid;&quot;&gt;&lt;p style=&quot;margin:0px;margin-left:4px;&quot;&gt;&lt;span style=&quot;color: rgb(63, 63, 63); scrollbar-color: rgb(226, 226, 226) rgb(251, 251, 251); background-color: transparent;&quot;&gt;+&lt;/span&gt;&lt;span style=&quot;background-color: transparent; color: rgb(63, 63, 63);&quot;&gt;Restore&lt;/span&gt;&lt;/p&gt;&lt;p style=&quot;text-align: center; margin: 0px 0px 0px 4px;&quot;&gt;&lt;span style=&quot;color: rgb(63, 63, 63); scrollbar-color: rgb(226, 226, 226) rgb(251, 251, 251); background-color: transparent;&quot;&gt;(List&amp;lt;Category&amp;gt;&lt;/span&gt;&lt;span style=&quot;background-color: transparent; scrollbar-color: rgb(226, 226, 226) rgb(251, 251, 251); color: rgb(63, 63, 63);&quot;&gt;)&lt;/span&gt;&lt;span style=&quot;background-color: transparent; color: rgb(63, 63, 63);&quot;&gt;：GetCategoriesResponse&lt;/span&gt;&lt;/p&gt;" style="verticalAlign=top;align=left;overflow=fill;html=1;whiteSpace=wrap;" parent="1" vertex="1">
-                     <mxGeometry x="1280" y="1120" width="220" height="120" as="geometry"/>
-                 </mxCell>
-                 <mxCell id="90" style="edgeStyle=none;html=1;exitX=0.5;exitY=0;exitDx=0;exitDy=0;entryX=0.332;entryY=1.009;entryDx=0;entryDy=0;entryPerimeter=0;" parent="1" source="89" target="88" edge="1">
-                     <mxGeometry relative="1" as="geometry"/>
-                 </mxCell>
-                 <mxCell id="91" value="&amp;lt;&amp;lt;Use&amp;gt;&amp;gt;" style="text;html=1;align=center;verticalAlign=middle;whiteSpace=wrap;rounded=0;" parent="1" vertex="1">
-                     <mxGeometry x="1401.75" y="1080" width="60" height="30" as="geometry"/>
-                 </mxCell>
-                 <mxCell id="92" style="edgeStyle=none;html=1;exitX=0.5;exitY=0;exitDx=0;exitDy=0;entryX=0.337;entryY=1.02;entryDx=0;entryDy=0;entryPerimeter=0;" parent="1" source="94" target="93" edge="1">
-                     <mxGeometry relative="1" as="geometry"/>
+                     <mxGeometry x="875" y="1115" width="220" height="120" as="geometry"/>
                </mxCell>
                <mxCell id="93" value="&lt;p style=&quot;margin:0px;margin-top:4px;text-align:center;&quot;&gt;&lt;b&gt;GetProductInfoByIdController&lt;/b&gt;&lt;/p&gt;&lt;hr size=&quot;1&quot; style=&quot;border-style:solid;&quot;&gt;&lt;p style=&quot;color: rgb(63, 63, 63); scrollbar-color: rgb(226, 226, 226) rgb(251, 251, 251); margin: 0px 0px 0px 4px;&quot;&gt;&lt;span style=&quot;background-color: transparent;&quot;&gt;+GetInfoById([FromQuery]&amp;nbsp;&lt;/span&gt;&lt;span style=&quot;color: rgb(63, 63, 63); background-color: transparent;&quot;&gt;string&lt;/span&gt;&lt;span style=&quot;background-color: transparent;&quot;&gt;&amp;nbsp;productUuId) : &lt;/span&gt;&lt;span style=&quot;background-color: transparent; color: rgb(63, 63, 63);&quot;&gt;Task&amp;lt;ActionResult&amp;lt;&lt;/span&gt;&lt;span style=&quot;color: rgb(63, 63, 63); background-color: transparent;&quot;&gt;GetProductInfoResponse &lt;/span&gt;&lt;span style=&quot;background-color: transparent; color: rgb(63, 63, 63);&quot;&gt;&amp;gt;&amp;gt;&lt;/span&gt;&lt;/p&gt;" style="verticalAlign=top;align=left;overflow=fill;html=1;whiteSpace=wrap;" parent="1" vertex="1">
-                     <mxGeometry x="110" y="870" width="290" height="180" as="geometry"/>
+                     <mxGeometry x="-20" y="830" width="290" height="180" as="geometry"/>
                </mxCell>
-                 <mxCell id="94" value="&lt;p style=&quot;margin:0px;margin-top:4px;text-align:center;&quot;&gt;&lt;span style=&quot;color: rgb(63, 63, 63); background-color: transparent;&quot;&gt;&lt;span style=&quot;color: rgb(63, 63, 63);&quot;&gt;GetProduct&lt;/span&gt;ViewModelAdapter&lt;/span&gt;&lt;/p&gt;&lt;hr size=&quot;1&quot; style=&quot;border-style:solid;&quot;&gt;&lt;p style=&quot;margin:0px;margin-left:4px;&quot;&gt;&lt;br&gt;&lt;/p&gt;&lt;p style=&quot;margin:0px;margin-left:4px;&quot;&gt;&lt;br&gt;&lt;/p&gt;&lt;hr size=&quot;1&quot; style=&quot;border-style:solid;&quot;&gt;&lt;p style=&quot;margin:0px;margin-left:4px;&quot;&gt;&lt;span style=&quot;color: rgb(63, 63, 63); scrollbar-color: rgb(226, 226, 226) rgb(251, 251, 251); background-color: transparent;&quot;&gt;+Convert&lt;/span&gt;&lt;/p&gt;&lt;p style=&quot;text-align: center; margin: 0px 0px 0px 4px;&quot;&gt;&lt;span style=&quot;color: rgb(63, 63, 63); scrollbar-color: rgb(226, 226, 226) rgb(251, 251, 251); background-color: transparent;&quot;&gt;(Product&lt;/span&gt;&lt;span style=&quot;background-color: transparent; scrollbar-color: rgb(226, 226, 226) rgb(251, 251, 251); color: rgb(63, 63, 63);&quot;&gt;)&lt;/span&gt;&lt;span style=&quot;background-color: transparent; color: rgb(63, 63, 63);&quot;&gt;：GetProductInfoResponse&lt;/span&gt;&lt;/p&gt;" style="verticalAlign=top;align=left;overflow=fill;html=1;whiteSpace=wrap;" parent="1" vertex="1">
-                     <mxGeometry x="110" y="1120" width="195" height="120" as="geometry"/>
-                 </mxCell>
-                 <mxCell id="95" value="&amp;lt;&amp;lt;Use&amp;gt;&amp;gt;" style="text;html=1;align=center;verticalAlign=middle;whiteSpace=wrap;rounded=0;" parent="1" vertex="1">
-                     <mxGeometry x="273.75" y="1080" width="60" height="30" as="geometry"/>
+                 <mxCell id="94" value="&lt;p style=&quot;margin:0px;margin-top:4px;text-align:center;&quot;&gt;&lt;span style=&quot;color: rgb(63, 63, 63); background-color: transparent;&quot;&gt;&lt;span style=&quot;color: rgb(63, 63, 63);&quot;&gt;GetProduct&lt;/span&gt;ViewModelAdapter&lt;/span&gt;&lt;/p&gt;&lt;hr size=&quot;1&quot; style=&quot;border-style:solid;&quot;&gt;&lt;p style=&quot;margin:0px;margin-left:4px;&quot;&gt;&lt;br&gt;&lt;/p&gt;&lt;p style=&quot;margin:0px;margin-left:4px;&quot;&gt;&lt;br&gt;&lt;/p&gt;&lt;hr size=&quot;1&quot; style=&quot;border-style:solid;&quot;&gt;&lt;p style=&quot;margin:0px;margin-left:4px;&quot;&gt;&lt;span style=&quot;color: rgb(63, 63, 63); scrollbar-color: rgb(226, 226, 226) rgb(251, 251, 251); background-color: transparent;&quot;&gt;+Convert&amp;nbsp;&lt;/span&gt;&lt;span style=&quot;text-align: center; background-color: transparent; scrollbar-color: rgb(226, 226, 226) rgb(251, 251, 251); color: rgb(63, 63, 63);&quot;&gt;(Product&lt;/span&gt;&lt;span style=&quot;text-align: center; background-color: transparent; scrollbar-color: rgb(226, 226, 226) rgb(251, 251, 251); color: rgb(63, 63, 63);&quot;&gt;)&lt;/span&gt;&lt;span style=&quot;text-align: center; background-color: transparent; color: rgb(63, 63, 63);&quot;&gt;：GetProductInfoResponse&lt;/span&gt;&lt;/p&gt;" style="verticalAlign=top;align=left;overflow=fill;html=1;whiteSpace=wrap;" parent="1" vertex="1">
+                     <mxGeometry x="27.5" y="1115" width="195" height="120" as="geometry"/>
                </mxCell>
                <mxCell id="98" value="&lt;p style=&quot;margin:0px;margin-top:4px;text-align:center;&quot;&gt;&lt;span style=&quot;color: rgb(63, 63, 63);&quot;&gt;&lt;b&gt;UnregisteredEmployeesResponse&lt;/b&gt;&lt;/span&gt;&lt;/p&gt;&lt;hr size=&quot;1&quot; style=&quot;border-style:solid;&quot;&gt;&lt;p style=&quot;margin:0px;margin-left:4px;&quot;&gt;+employees : List&amp;lt;UnregisteredEmployeeItem&amp;gt;&amp;nbsp;&lt;/p&gt;&lt;hr size=&quot;1&quot; style=&quot;border-style:solid;&quot;&gt;&lt;p style=&quot;margin:0px;margin-left:4px;&quot;&gt;&lt;br&gt;&lt;/p&gt;" style="verticalAlign=top;align=left;overflow=fill;html=1;whiteSpace=wrap;" parent="1" vertex="1">
-                     <mxGeometry x="2100" y="1290" width="210" height="120" as="geometry"/>
+                     <mxGeometry x="1510" y="1330" width="210" height="70" as="geometry"/>
                </mxCell>
                <mxCell id="99" value="&lt;p style=&quot;margin:0px;margin-top:4px;text-align:center;&quot;&gt;&lt;span style=&quot;color: rgb(63, 63, 63);&quot;&gt;&lt;b&gt;UnregisteredEmployeesItem&lt;/b&gt;&lt;/span&gt;&lt;/p&gt;&lt;hr size=&quot;1&quot; style=&quot;border-style:solid;&quot;&gt;&lt;p style=&quot;margin:0px;margin-left:4px;&quot;&gt;&lt;/p&gt;&lt;p style=&quot;margin:0px;margin-left:4px;&quot;&gt;&lt;/p&gt;+employeeId : int&amp;nbsp;&lt;div&gt;+accountName : string&amp;nbsp;&lt;/div&gt;&lt;div&gt;+password : string&lt;/div&gt;" style="verticalAlign=top;align=left;overflow=fill;html=1;whiteSpace=wrap;" parent="1" vertex="1">
-                     <mxGeometry x="2100" y="1500" width="210" height="120" as="geometry"/>
+                     <mxGeometry x="1510" y="1450" width="210" height="120" as="geometry"/>
                </mxCell>
                <mxCell id="101" value="&lt;p style=&quot;margin:0px;margin-top:4px;text-align:center;&quot;&gt;&lt;span style=&quot;color: rgb(63, 63, 63);&quot;&gt;&lt;b&gt;SearchProductsResponse&lt;/b&gt;&lt;/span&gt;&lt;/p&gt;&lt;hr size=&quot;1&quot; style=&quot;border-style:solid;&quot;&gt;&lt;p style=&quot;margin:0px;margin-left:4px;&quot;&gt;+Products: List&amp;lt;productsItem&amp;gt;&amp;nbsp;&lt;/p&gt;&lt;hr size=&quot;1&quot; style=&quot;border-style:solid;&quot;&gt;&lt;p style=&quot;margin:0px;margin-left:4px;&quot;&gt;&lt;br&gt;&lt;/p&gt;" style="verticalAlign=top;align=left;overflow=fill;html=1;whiteSpace=wrap;" parent="1" vertex="1">
-                     <mxGeometry x="520" y="1300" width="210" height="120" as="geometry"/>
+                     <mxGeometry x="330" y="1330" width="210" height="70" as="geometry"/>
                </mxCell>
                <mxCell id="102" value="&lt;p style=&quot;margin:0px;margin-top:4px;text-align:center;&quot;&gt;&lt;span style=&quot;color: rgb(63, 63, 63);&quot;&gt;&lt;b&gt;ProductsItem&lt;/b&gt;&lt;/span&gt;&lt;/p&gt;&lt;hr size=&quot;1&quot; style=&quot;border-style:solid;&quot;&gt;&lt;p style=&quot;margin:0px;margin-left:4px;&quot;&gt;&lt;/p&gt;&lt;p style=&quot;margin:0px;margin-left:4px;&quot;&gt;&lt;/p&gt;+ProductUuid:string&lt;div&gt;+ProductName : string&amp;nbsp;&lt;/div&gt;&lt;div&gt;+Price : int&lt;/div&gt;&lt;div&gt;+ImageUrl : string&lt;/div&gt;" style="verticalAlign=top;align=left;overflow=fill;html=1;whiteSpace=wrap;" parent="1" vertex="1">
-                     <mxGeometry x="520" y="1460" width="210" height="120" as="geometry"/>
+                     <mxGeometry x="330" y="1440" width="210" height="120" as="geometry"/>
                </mxCell>
                <mxCell id="103" value="&lt;p style=&quot;margin:0px;margin-top:4px;text-align:center;&quot;&gt;&lt;b&gt;GetProductInfoResponse&lt;/b&gt;&lt;/p&gt;&lt;hr size=&quot;1&quot; style=&quot;border-style:solid;&quot;&gt;&lt;p style=&quot;color: rgb(63, 63, 63); scrollbar-color: rgb(226, 226, 226) rgb(251, 251, 251); margin: 0px 0px 0px 4px;&quot;&gt;&lt;span style=&quot;scrollbar-color: rgb(226, 226, 226) rgb(251, 251, 251); background-color: transparent; color: rgb(63, 63, 63);&quot;&gt;+ProductUuid:string&lt;/span&gt;&lt;/p&gt;&lt;p style=&quot;color: rgb(63, 63, 63); scrollbar-color: rgb(226, 226, 226) rgb(251, 251, 251); margin: 0px 0px 0px 4px;&quot;&gt;&lt;span style=&quot;scrollbar-color: rgb(226, 226, 226) rgb(251, 251, 251); background-color: transparent; color: rgb(63, 63, 63);&quot;&gt;+ProductName : string&lt;/span&gt;&lt;/p&gt;&lt;p style=&quot;color: rgb(63, 63, 63); scrollbar-color: rgb(226, 226, 226) rgb(251, 251, 251); margin: 0px 0px 0px 4px;&quot;&gt;+Price : int&lt;/p&gt;&lt;p style=&quot;color: rgb(63, 63, 63); scrollbar-color: rgb(226, 226, 226) rgb(251, 251, 251); margin: 0px 0px 0px 4px;&quot;&gt;+Stock : int&lt;/p&gt;&lt;p style=&quot;color: rgb(63, 63, 63); scrollbar-color: rgb(226, 226, 226) rgb(251, 251, 251); margin: 0px 0px 0px 4px;&quot;&gt;+CategoryId : string&lt;/p&gt;&lt;p style=&quot;color: rgb(63, 63, 63); scrollbar-color: rgb(226, 226, 226) rgb(251, 251, 251); margin: 0px 0px 0px 4px;&quot;&gt;+ImageUrl : IformFile&lt;/p&gt;&lt;p style=&quot;margin:0px;margin-left:4px;&quot;&gt;&lt;br&gt;&lt;/p&gt;&lt;hr size=&quot;1&quot; style=&quot;border-style:solid;&quot;&gt;&lt;p style=&quot;margin:0px;margin-left:4px;&quot;&gt;&lt;br&gt;&lt;/p&gt;" style="verticalAlign=top;align=left;overflow=fill;html=1;whiteSpace=wrap;" parent="1" vertex="1">
-                     <mxGeometry x="122.5" y="1285" width="170" height="150" as="geometry"/>
+                     <mxGeometry x="40" y="1330" width="170" height="150" as="geometry"/>
                </mxCell>
                <mxCell id="105" value="&lt;p style=&quot;margin:0px;margin-top:4px;text-align:center;&quot;&gt;&lt;/p&gt;&lt;p style=&quot;margin:0px;margin-left:4px;&quot;&gt;&lt;b&gt;LoginViewModelAdapter&lt;/b&gt;&lt;/p&gt;&lt;p style=&quot;margin:0px;margin-left:4px;&quot;&gt;&lt;br&gt;&lt;/p&gt;&lt;hr size=&quot;1&quot; style=&quot;border-style:solid;&quot;&gt;&lt;p style=&quot;margin:0px;margin-left:4px;&quot;&gt;&lt;span style=&quot;color: rgb(63, 63, 63); scrollbar-color: rgb(226, 226, 226) rgb(251, 251, 251); background-color: transparent;&quot;&gt;+Convert&lt;/span&gt;&lt;/p&gt;&lt;p style=&quot;text-align: center; margin: 0px 0px 0px 4px;&quot;&gt;&lt;span style=&quot;color: rgb(63, 63, 63); scrollbar-color: rgb(226, 226, 226) rgb(251, 251, 251); background-color: transparent;&quot;&gt;(&lt;/span&gt;&lt;span style=&quot;scrollbar-color: rgb(226, 226, 226) rgb(251, 251, 251); background-color: transparent; text-align: center; color: rgb(63, 63, 63);&quot;&gt;&amp;nbsp;{Token, EmployeeAccount}&lt;/span&gt;&lt;span style=&quot;background-color: transparent; scrollbar-color: rgb(226, 226, 226) rgb(251, 251, 251); color: rgb(63, 63, 63);&quot;&gt;)&lt;/span&gt;&lt;span style=&quot;background-color: transparent; color: rgb(63, 63, 63);&quot;&gt;：TokenResponse&lt;/span&gt;&lt;/p&gt;" style="verticalAlign=top;align=left;overflow=fill;html=1;whiteSpace=wrap;" parent="1" vertex="1">
-                     <mxGeometry x="2520" y="1120" width="240" height="120" as="geometry"/>
+                     <mxGeometry x="1850" y="1115" width="240" height="120" as="geometry"/>
                </mxCell>
                <mxCell id="112" value="" style="endArrow=open;startArrow=circlePlus;endFill=0;startFill=0;endSize=8;html=1;" parent="1" source="102" target="101" edge="1">
                    <mxGeometry width="160" relative="1" as="geometry">
-                         <mxPoint x="650" y="1450" as="sourcePoint"/>
-                         <mxPoint x="810" y="1450" as="targetPoint"/>
+                         <mxPoint x="450" y="1480" as="sourcePoint"/>
+                         <mxPoint x="610" y="1480" as="targetPoint"/>
                    </mxGeometry>
                </mxCell>
                <mxCell id="114" value="" style="endArrow=open;startArrow=circlePlus;endFill=0;startFill=0;endSize=8;html=1;" parent="1" source="99" target="98" edge="1">
                    <mxGeometry width="160" relative="1" as="geometry">
-                         <mxPoint x="2170" y="1450" as="sourcePoint"/>
-                         <mxPoint x="2330" y="1450" as="targetPoint"/>
+                         <mxPoint x="1550" y="1480" as="sourcePoint"/>
+                         <mxPoint x="1710" y="1480" as="targetPoint"/>
                    </mxGeometry>
                </mxCell>
                <mxCell id="116" value="&lt;span style=&quot;color: rgb(63, 63, 63); font-weight: 400;&quot;&gt;GetCategoriesResponse&lt;/span&gt;" style="swimlane;fontStyle=1;align=center;verticalAlign=top;childLayout=stackLayout;horizontal=1;startSize=26;horizontalStack=0;resizeParent=1;resizeParentMax=0;resizeLast=0;collapsible=1;marginBottom=0;whiteSpace=wrap;html=1;" parent="1" vertex="1">
-                     <mxGeometry x="-210" y="1330" width="260" height="60" as="geometry"/>
+                     <mxGeometry x="-295" y="1330" width="260" height="60" as="geometry"/>
                </mxCell>
                <mxCell id="117" value="&lt;span style=&quot;color: rgb(63, 63, 63);&quot;&gt;+Categories: List&amp;lt;categoriesItem&amp;gt;&amp;nbsp;&lt;/span&gt;" style="text;strokeColor=none;fillColor=none;align=left;verticalAlign=top;spacingLeft=4;spacingRight=4;overflow=hidden;rotatable=0;points=[[0,0.5],[1,0.5]];portConstraint=eastwest;whiteSpace=wrap;html=1;" parent="116" vertex="1">
                    <mxGeometry y="26" width="260" height="26" as="geometry"/>
                </mxCell>
                <mxCell id="118" value="" style="line;strokeWidth=1;fillColor=none;align=left;verticalAlign=middle;spacingTop=-1;spacingLeft=3;spacingRight=3;rotatable=0;labelPosition=right;points=[];portConstraint=eastwest;strokeColor=inherit;" parent="116" vertex="1">
                    <mxGeometry y="52" width="260" height="8" as="geometry"/>
                </mxCell>
                <mxCell id="120" value="&lt;p style=&quot;margin:0px;margin-top:4px;text-align:center;&quot;&gt;&lt;span style=&quot;color: rgb(63, 63, 63);&quot;&gt;&lt;b&gt;CategoriesItem&lt;/b&gt;&lt;/span&gt;&lt;/p&gt;&lt;hr size=&quot;1&quot; style=&quot;border-style:solid;&quot;&gt;&lt;p style=&quot;margin:0px;margin-left:4px;&quot;&gt;&lt;/p&gt;&lt;p style=&quot;margin:0px;margin-left:4px;&quot;&gt;&lt;/p&gt;+CategoryUuid:string&lt;div&gt;&lt;font color=&quot;#000000&quot;&gt;+CategoryId:string&lt;br&gt;&lt;/font&gt;&lt;div&gt;+Name : string&amp;nbsp;&lt;/div&gt;&lt;/div&gt;" style="verticalAlign=top;align=left;overflow=fill;html=1;whiteSpace=wrap;" parent="1" vertex="1">
-                     <mxGeometry x="-220" y="1460" width="210" height="120" as="geometry"/>
+                     <mxGeometry x="-270" y="1430" width="210" height="120" as="geometry"/>
                </mxCell>
-                 <mxCell id="121" value="" style="endArrow=open;startArrow=circlePlus;endFill=0;startFill=0;endSize=8;html=1;exitX=0.5;exitY=0;exitDx=0;exitDy=0;" parent="1" source="120" edge="1">
+                 <mxCell id="121" value="" style="endArrow=open;startArrow=circlePlus;endFill=0;startFill=0;endSize=8;html=1;exitX=0.5;exitY=0;exitDx=0;exitDy=0;" parent="1" source="120" edge="1" target="116">
                    <mxGeometry width="160" relative="1" as="geometry">
-                         <mxPoint x="630" y="1460" as="sourcePoint"/>
-                         <mxPoint x="-115" y="1390" as="targetPoint"/>
+                         <mxPoint x="550" y="1490" as="sourcePoint"/>
+                         <mxPoint x="-195" y="1420" as="targetPoint"/>
+                     </mxGeometry>
+                 </mxCell>
+                 <mxCell id="129" value="IUsecase" style="rounded=0;whiteSpace=wrap;html=1;" vertex="1" parent="1">
+                     <mxGeometry x="2270" y="635" width="110" height="550" as="geometry"/>
+                 </mxCell>
+                 <mxCell id="130" value="Use" style="endArrow=open;endSize=12;dashed=1;html=1;" edge="1" parent="1" target="129" source="108">
+                     <mxGeometry width="160" relative="1" as="geometry">
+                         <mxPoint x="2150" y="910" as="sourcePoint"/>
+                         <mxPoint x="2300" y="910" as="targetPoint"/>
+                     </mxGeometry>
+                 </mxCell>
+                 <mxCell id="131" value="Use" style="endArrow=open;endSize=12;dashed=1;html=1;" edge="1" parent="1" source="108" target="66">
+                     <mxGeometry width="160" relative="1" as="geometry">
+                         <mxPoint x="890" y="1170" as="sourcePoint"/>
+                         <mxPoint x="1050" y="1170" as="targetPoint"/>
                    </mxGeometry>
                </mxCell>
            </root>
        </mxGraphModel>
    </diagram>
</mxfile>